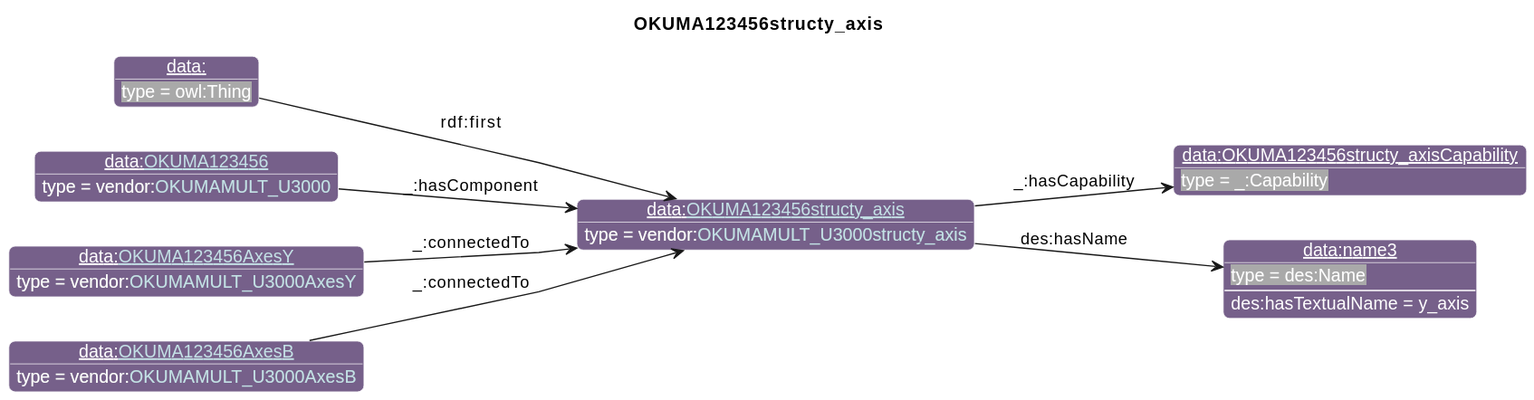
The PlantUML diagram diagrams/OKUMA123456structy_axis.svg in iofoundry/example-syseng-mtconnect, before a commit. Source of this version:
```plantuml
@startuml
!include ../iof.iuml

<style>
object {
  HyperlinkColor #C4E1E6
}
</style>

left to right direction
skinparam linetype polyline
title OKUMA123456structy_axis

!$default_direction = down

!$namespace_colors = { "bfo":"DFA702",
                      "iof":"1E90FF",
                      "ns":"Green",
                      "ns1":"76608A",
                      "core":"000000",
                      "ex":"Green",
                      "data":"76608A",
                      "vendor":"76608A",
                      "units":"8A2D3B",
                      "cmns-dsg":"3A0519",
                      "qp":"641B2E"
      }
individual(o0, data:[[./OKUMA123456structy_axis.html OKUMA123456structy_axis]], vendor:[[../OKUMA.html#OKUMAMULT_U3000structy_axis OKUMAMULT_U3000structy_axis]])
individual(o1, data:OKUMA123456structy_axisCapability, _:Capability)
individual(o2, data:name3, des:Name)
individual(o3, data:, owl:Thing)
individual(o4, data:[[./OKUMA123456.html OKUMA123456]], vendor:[[../OKUMA.html#OKUMAMULT_U3000 OKUMAMULT_U3000]])
individual(o5, data:[[./OKUMA123456AxesY.html OKUMA123456AxesY]], vendor:[[../OKUMA.html#OKUMAMULT_U3000AxesY OKUMAMULT_U3000AxesY]])
individual(o6, data:[[./OKUMA123456AxesB.html OKUMA123456AxesB]], vendor:[[../OKUMA.html#OKUMAMULT_U3000AxesB OKUMAMULT_U3000AxesB]])
property(o0, "_:hasCapability", o1)
property(o0, "des:hasName", o2)
data(o2, "des:hasTextualName", "y_axis")
property(o3, "rdf:first", o0)
property(o4, "_:hasComponent", o0)
property(o5, "_:connectedTo", o0)
property(o6, "_:connectedTo", o0)
@enduml
```
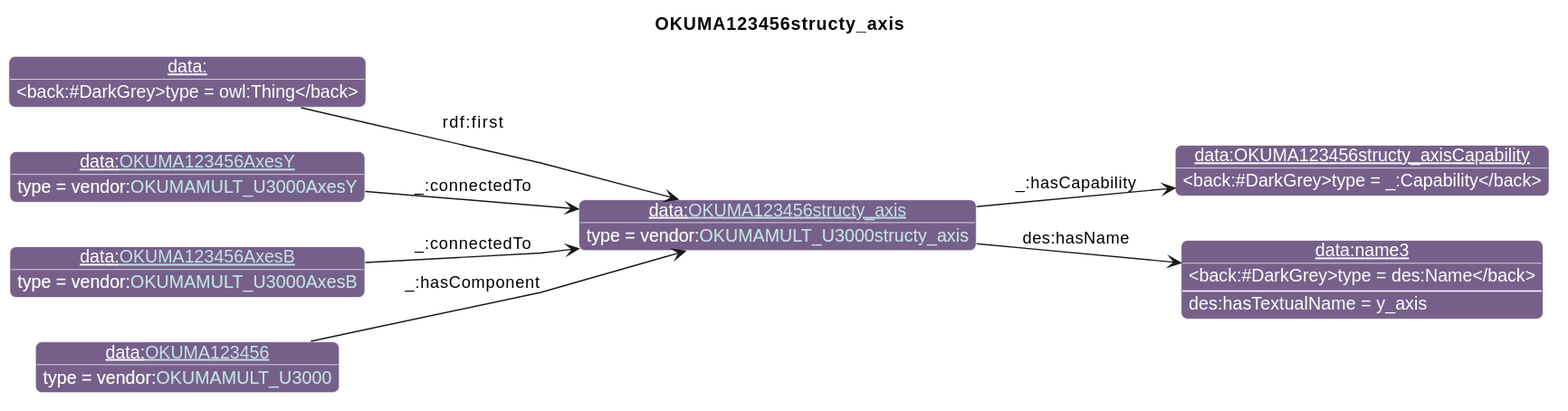
Above is the later version.

The edit, as a diff of the source:
```diff
@@ -29,14 +29,14 @@
 individual(o1, data:OKUMA123456structy_axisCapability, _:Capability)
 individual(o2, data:name3, des:Name)
 individual(o3, data:, owl:Thing)
-individual(o4, data:[[./OKUMA123456.html OKUMA123456]], vendor:[[../OKUMA.html#OKUMAMULT_U3000 OKUMAMULT_U3000]])
-individual(o5, data:[[./OKUMA123456AxesY.html OKUMA123456AxesY]], vendor:[[../OKUMA.html#OKUMAMULT_U3000AxesY OKUMAMULT_U3000AxesY]])
-individual(o6, data:[[./OKUMA123456AxesB.html OKUMA123456AxesB]], vendor:[[../OKUMA.html#OKUMAMULT_U3000AxesB OKUMAMULT_U3000AxesB]])
+individual(o4, data:[[./OKUMA123456AxesY.html OKUMA123456AxesY]], vendor:[[../OKUMA.html#OKUMAMULT_U3000AxesY OKUMAMULT_U3000AxesY]])
+individual(o5, data:[[./OKUMA123456AxesB.html OKUMA123456AxesB]], vendor:[[../OKUMA.html#OKUMAMULT_U3000AxesB OKUMAMULT_U3000AxesB]])
+individual(o6, data:[[./OKUMA123456.html OKUMA123456]], vendor:[[../OKUMA.html#OKUMAMULT_U3000 OKUMAMULT_U3000]])
 property(o0, "_:hasCapability", o1)
 property(o0, "des:hasName", o2)
 data(o2, "des:hasTextualName", "y_axis")
 property(o3, "rdf:first", o0)
-property(o4, "_:hasComponent", o0)
+property(o4, "_:connectedTo", o0)
 property(o5, "_:connectedTo", o0)
-property(o6, "_:connectedTo", o0)
+property(o6, "_:hasComponent", o0)
 @enduml
```
